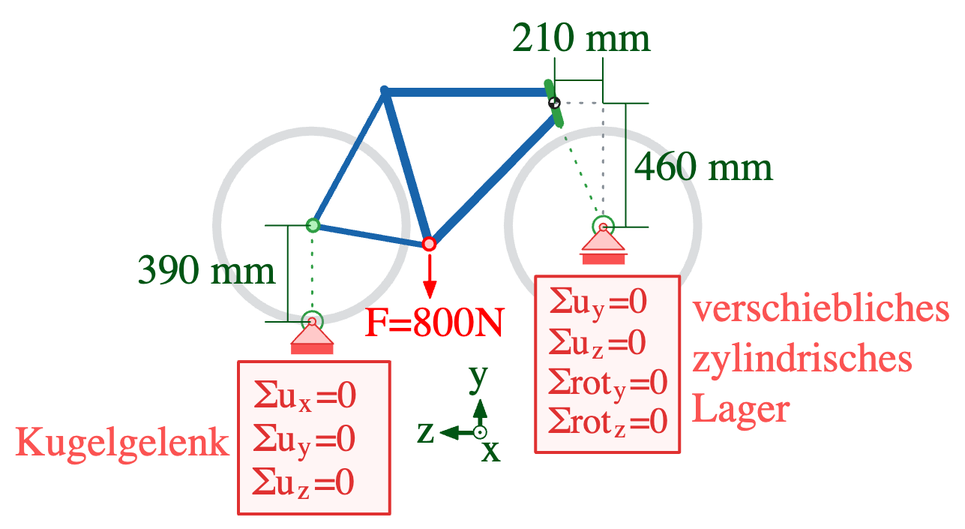
This is docs/P2_Geometrie_Randbedingungen/02_Lagerungen/images/Uebung-04.excalidraw.png from prof-schoenfelder-lab/Strukturmechanik, a Excalidraw export, as it was before one commit. Source tidied: one line per element, renumbered; positions are measured from the earlier drawing's top-left corner, leaving out a move shared by most shapes.
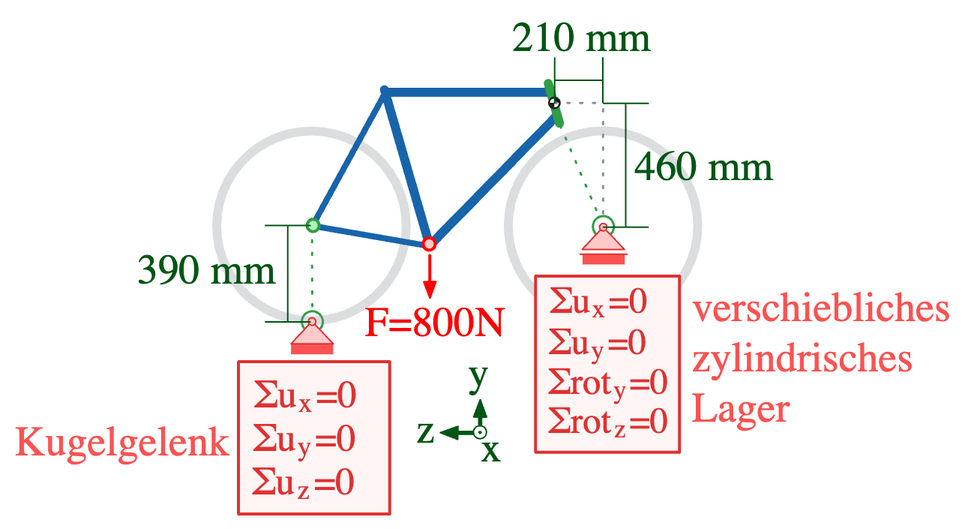
After the commit.

Change to the diagram source:
```diff
@@ -39,11 +39,11 @@
 {"id": 38, "type": "text", "text": "z", "strokeColor": "#e03131", "backgroundColor": "#fff5f5", "fillStyle": "solid", "strokeWidth": 0.5, "strokeStyle": "dashed", "roughness": 2, "fontSize": 18.33, "fontFamily": 4, "textAlign": "center", "x": 188, "y": 307, "width": 8, "height": 22}
 {"id": 39, "type": "rectangle", "strokeColor": "#e03131", "backgroundColor": "#fff5f5", "fillStyle": "solid", "strokeWidth": 2, "roughness": 0, "x": 347, "y": 174, "width": 96, "height": 117}
 {"id": 40, "type": "text", "text": "Σu  =0", "strokeColor": "#e03131", "backgroundColor": "#fff5f5", "fillStyle": "solid", "strokeWidth": 0.5, "strokeStyle": "dashed", "roughness": 2, "fontSize": 24.42, "fontFamily": 4, "textAlign": "center", "x": 357, "y": 178, "width": 65, "height": 29}
-{"id": 41, "type": "text", "text": "y", "strokeColor": "#e03131", "backgroundColor": "#fff5f5", "fillStyle": "solid", "strokeWidth": 0.5, "strokeStyle": "dashed", "roughness": 2, "fontSize": 17.44, "fontFamily": 4, "textAlign": "center", "x": 385, "y": 186, "width": 9, "height": 21}
+{"id": 41, "type": "text", "text": "x", "strokeColor": "#e03131", "backgroundColor": "#fff5f5", "fillStyle": "solid", "strokeWidth": 0.5, "strokeStyle": "dashed", "roughness": 2, "fontSize": 17.44, "fontFamily": 4, "textAlign": "center", "x": 385, "y": 186, "width": 9, "height": 21}
 {"id": 42, "type": "text", "text": "Σu  =0", "strokeColor": "#e03131", "backgroundColor": "#fff5f5", "fillStyle": "solid", "strokeWidth": 0.5, "strokeStyle": "dashed", "roughness": 2, "fontSize": 24.42, "fontFamily": 4, "textAlign": "center", "x": 356, "y": 205, "width": 65, "height": 29}
-{"id": 43, "type": "text", "text": "z", "strokeColor": "#e03131", "backgroundColor": "#fff5f5", "fillStyle": "solid", "strokeWidth": 0.5, "strokeStyle": "dashed", "roughness": 2, "fontSize": 17.44, "fontFamily": 4, "textAlign": "center", "x": 385, "y": 214, "width": 8, "height": 21}
+{"id": 43, "type": "text", "text": "y", "strokeColor": "#e03131", "backgroundColor": "#fff5f5", "fillStyle": "solid", "strokeWidth": 0.5, "strokeStyle": "dashed", "roughness": 2, "fontSize": 17.44, "fontFamily": 4, "textAlign": "center", "x": 384, "y": 214, "width": 9, "height": 21}
 {"id": 44, "type": "text", "text": "Σrot  =0", "strokeColor": "#e03131", "backgroundColor": "#fff5f5", "fillStyle": "solid", "strokeWidth": 0.5, "strokeStyle": "dashed", "roughness": 2, "fontSize": 24.42, "fontFamily": 4, "textAlign": "center", "x": 356, "y": 232, "width": 80, "height": 29}
-{"id": 45, "type": "text", "text": "y", "strokeColor": "#e03131", "backgroundColor": "#fff5f5", "fillStyle": "solid", "strokeWidth": 0.5, "strokeStyle": "dashed", "roughness": 2, "fontSize": 17.44, "fontFamily": 4, "textAlign": "center", "x": 399, "y": 241, "width": 9, "height": 21}
+{"id": 45, "type": "text", "text": "y", "strokeColor": "#e03131", "backgroundColor": "#fff5f5", "fillStyle": "solid", "strokeWidth": 0.5, "strokeStyle": "dashed", "roughness": 2, "fontSize": 17.44, "fontFamily": 4, "textAlign": "center", "x": 399, "y": 240, "width": 9, "height": 21}
 {"id": 46, "type": "text", "text": "Σrot  =0", "strokeColor": "#e03131", "backgroundColor": "#fff5f5", "fillStyle": "solid", "strokeWidth": 0.5, "strokeStyle": "dashed", "roughness": 2, "fontSize": 24.42, "fontFamily": 4, "textAlign": "center", "x": 356, "y": 258, "width": 80, "height": 29}
 {"id": 47, "type": "text", "text": "z", "strokeColor": "#e03131", "backgroundColor": "#fff5f5", "fillStyle": "solid", "strokeWidth": 0.5, "strokeStyle": "dashed", "roughness": 2, "fontSize": 17.44, "fontFamily": 4, "textAlign": "center", "x": 400, "y": 267, "width": 8, "height": 21}
 {"id": 48, "type": "text", "text": "z", "strokeColor": "#005514", "backgroundColor": "#40c057", "fillStyle": "solid", "strokeWidth": 2, "roughness": 0, "fontSize": 27.38, "fontFamily": 4, "textAlign": "center", "x": 268, "y": 262, "width": 12, "height": 33}
```
